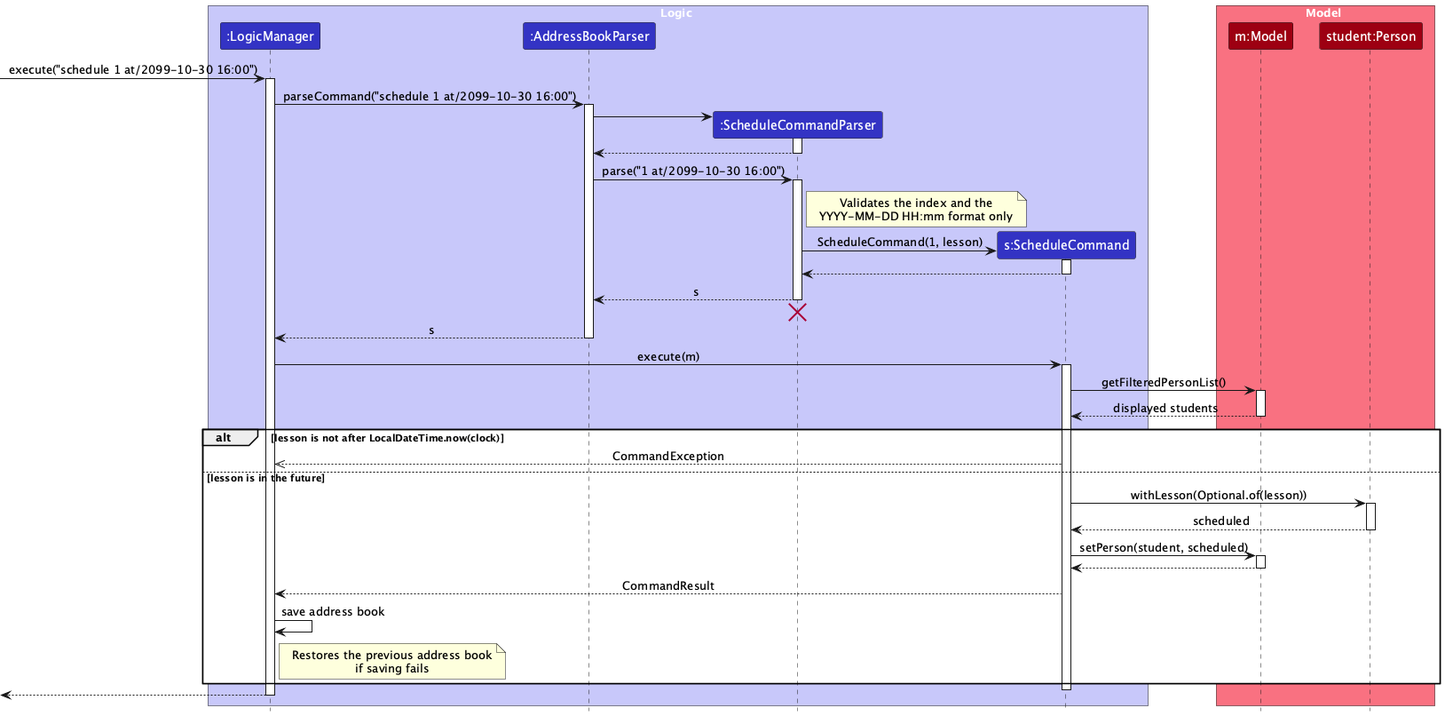
Before: docs/images/ScheduleSequenceDiagram.png, a diagram exported from PlantUML (AY2627S1-CS2103T-W10-3/tp). The source it was exported from:
```plantuml
@startuml
!include style.puml
skinparam ArrowFontStyle plain

box Logic LOGIC_COLOR_T1
participant ":LogicManager" as LogicManager LOGIC_COLOR
participant ":AddressBookParser" as AddressBookParser LOGIC_COLOR
participant ":ScheduleCommandParser" as ScheduleCommandParser LOGIC_COLOR
participant "s:ScheduleCommand" as ScheduleCommand LOGIC_COLOR
end box

box Model MODEL_COLOR_T1
participant "m:Model" as Model MODEL_COLOR
participant "student:Person" as Student MODEL_COLOR
end box

[-> LogicManager : execute("schedule 1 at/2099-10-30 16:00")
activate LogicManager

LogicManager -> AddressBookParser : parseCommand("schedule 1 at/2099-10-30 16:00")
activate AddressBookParser

create ScheduleCommandParser
AddressBookParser -> ScheduleCommandParser
activate ScheduleCommandParser
ScheduleCommandParser --> AddressBookParser
deactivate ScheduleCommandParser

AddressBookParser -> ScheduleCommandParser : parse("1 at/2099-10-30 16:00")
activate ScheduleCommandParser

note right of ScheduleCommandParser
Validates the index and the
YYYY-MM-DD HH:mm format only
end note

create ScheduleCommand
ScheduleCommandParser -> ScheduleCommand : ScheduleCommand(1, lesson)
activate ScheduleCommand
ScheduleCommand --> ScheduleCommandParser
deactivate ScheduleCommand

ScheduleCommandParser --> AddressBookParser : s
deactivate ScheduleCommandParser
ScheduleCommandParser -[hidden]-> AddressBookParser
destroy ScheduleCommandParser

AddressBookParser --> LogicManager : s
deactivate AddressBookParser

LogicManager -> ScheduleCommand : execute(m)
activate ScheduleCommand

ScheduleCommand -> Model : getFilteredPersonList()
activate Model
Model --> ScheduleCommand : displayed students
deactivate Model

alt lesson is not after LocalDateTime.now(clock)
    ScheduleCommand -->> LogicManager : CommandException
else lesson is in the future
    ScheduleCommand -> Student : withLesson(Optional.of(lesson))
    activate Student
    Student --> ScheduleCommand : scheduled
    deactivate Student

    ScheduleCommand -> Model : setPerson(student, scheduled)
    activate Model
    Model --> ScheduleCommand
    deactivate Model

    ScheduleCommand --> LogicManager : CommandResult

    LogicManager -> LogicManager : save address book
    note right of LogicManager
    Restores the previous address book
    if saving fails
    end note
end
deactivate ScheduleCommand

[<--LogicManager
deactivate LogicManager
@enduml
```
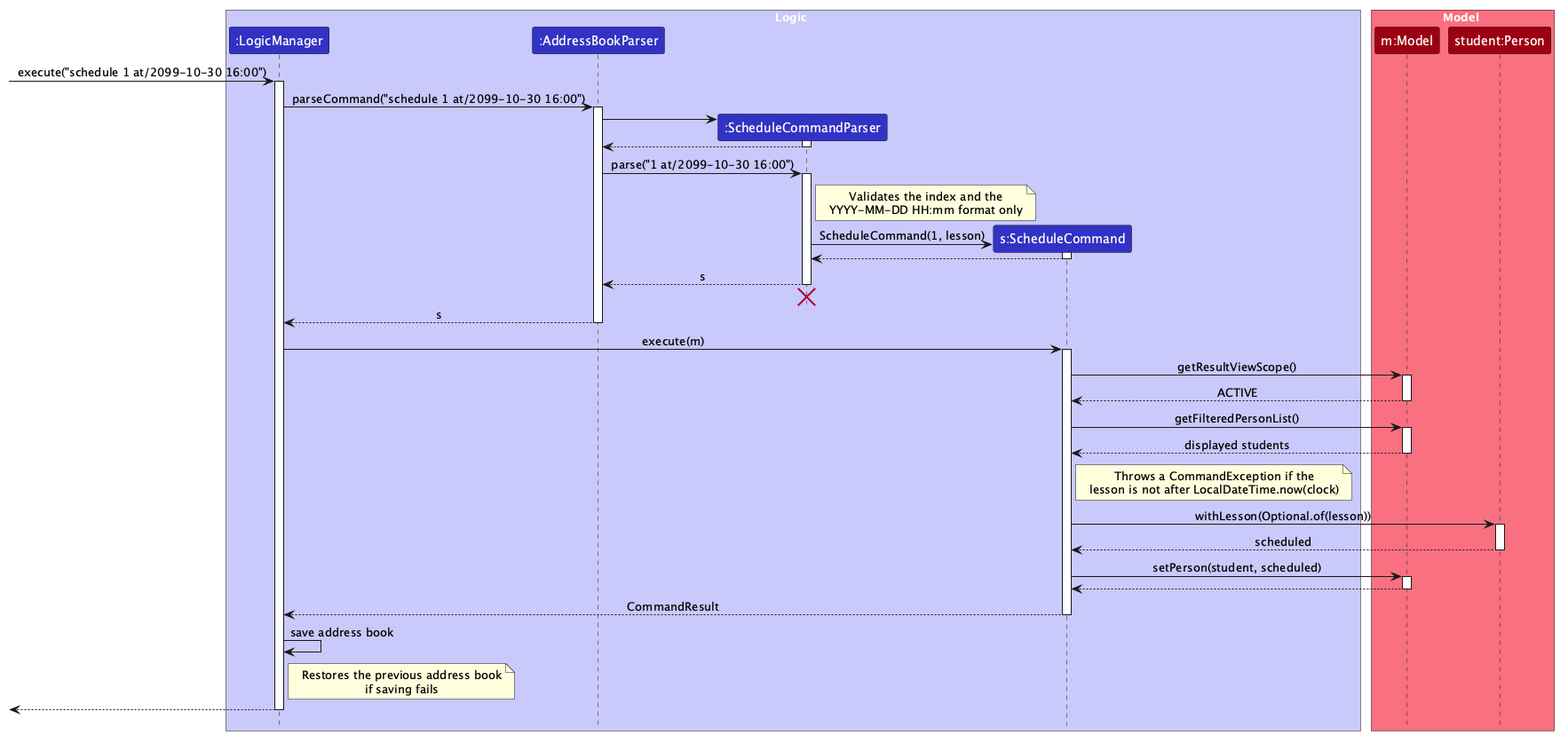
The same diagram one commit later.

Commit message:
Correct the sequence diagrams

Change to the diagram source:
```diff
@@ -1,4 +1,5 @@
 @startuml
+!pragma layout smetana
 !include style.puml
 skinparam ArrowFontStyle plain
 
@@ -51,33 +52,39 @@
 LogicManager -> ScheduleCommand : execute(m)
 activate ScheduleCommand
 
+ScheduleCommand -> Model : getResultViewScope()
+activate Model
+Model --> ScheduleCommand : ACTIVE
+deactivate Model
+
 ScheduleCommand -> Model : getFilteredPersonList()
 activate Model
 Model --> ScheduleCommand : displayed students
 deactivate Model
 
-alt lesson is not after LocalDateTime.now(clock)
-    ScheduleCommand -->> LogicManager : CommandException
-else lesson is in the future
-    ScheduleCommand -> Student : withLesson(Optional.of(lesson))
-    activate Student
-    Student --> ScheduleCommand : scheduled
-    deactivate Student
+note right of ScheduleCommand
+Throws a CommandException if the
+lesson is not after LocalDateTime.now(clock)
+end note
 
-    ScheduleCommand -> Model : setPerson(student, scheduled)
-    activate Model
-    Model --> ScheduleCommand
-    deactivate Model
+ScheduleCommand -> Student : withLesson(Optional.of(lesson))
+activate Student
+Student --> ScheduleCommand : scheduled
+deactivate Student
 
-    ScheduleCommand --> LogicManager : CommandResult
+ScheduleCommand -> Model : setPerson(student, scheduled)
+activate Model
+Model --> ScheduleCommand
+deactivate Model
 
-    LogicManager -> LogicManager : save address book
-    note right of LogicManager
-    Restores the previous address book
-    if saving fails
-    end note
-end
+ScheduleCommand --> LogicManager : CommandResult
 deactivate ScheduleCommand
+
+LogicManager -> LogicManager : save address book
+note right of LogicManager
+Restores the previous address book
+if saving fails
+end note
 
 [<--LogicManager
 deactivate LogicManager
```
